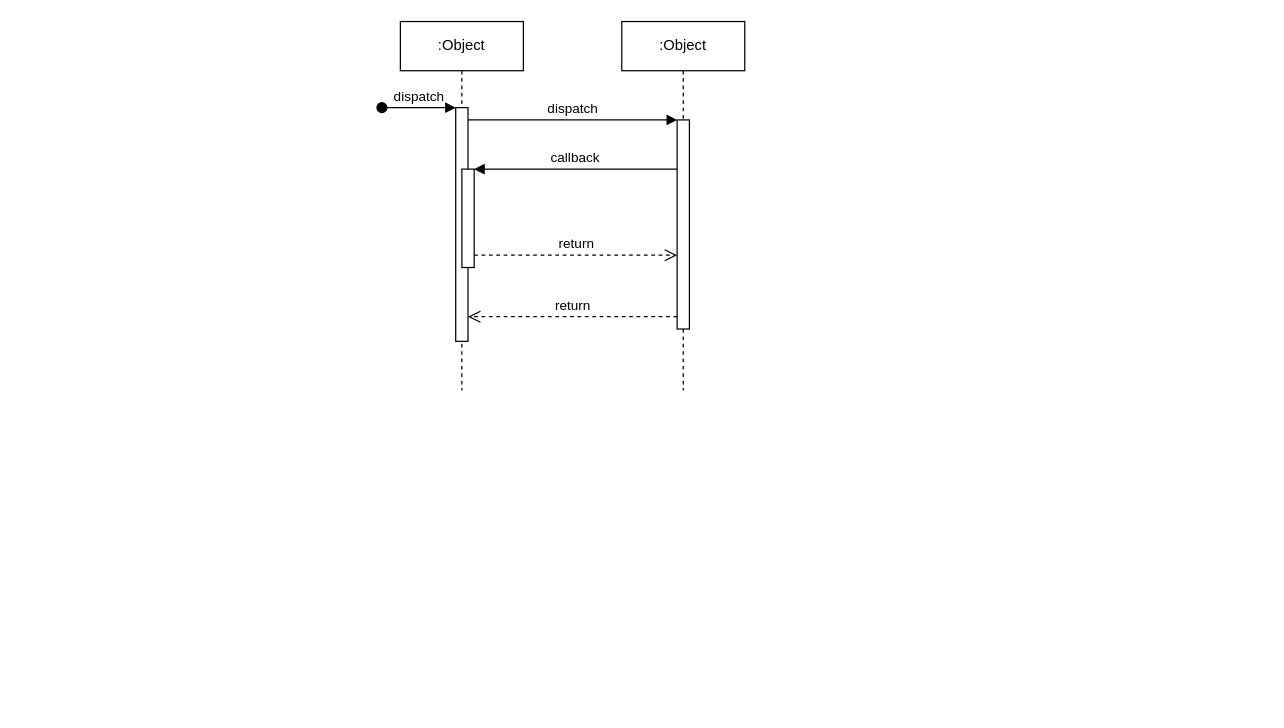
fefefefta/mt keeps this draw.io diagram as Untitled Diagram.drawio. Above is the earlier version. Source tidied: cells renumbered, new cells numbered last; positions are measured from the earlier drawing's top-left corner, leaving out a move shared by most shapes. Both pictures are drawn from the tidied source at 123%, with x=0, y=0 at pixel (381, 21).
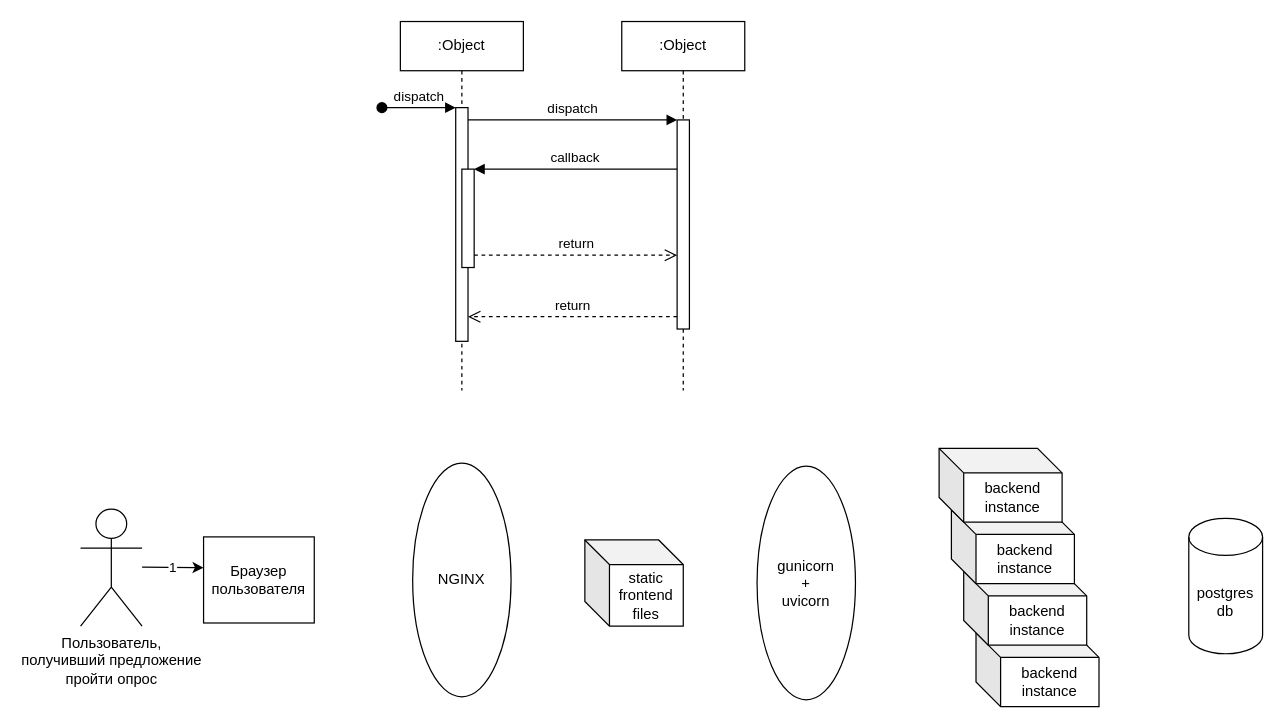
The same page after the edit.

Diff of the diagram source:
```diff
@@
+    <mxCell id="12" value="NGINX" style="ellipse;whiteSpace=wrap;html=1;" parent="1" vertex="1">
+      <mxGeometry x="25" y="359" width="80" height="190" as="geometry" />
+    </mxCell>
+    <mxCell id="13" value="static frontend files" style="shape=cube;whiteSpace=wrap;html=1;boundedLbl=1;backgroundOutline=1;darkOpacity=0.05;darkOpacity2=0.1;" parent="1" vertex="1">
+      <mxGeometry x="165" y="421.5" width="80" height="70" as="geometry" />
+    </mxCell>
+    <mxCell id="14" value="gunicorn&lt;br&gt;+&lt;br&gt;uvicorn" style="ellipse;whiteSpace=wrap;html=1;" parent="1" vertex="1">
+      <mxGeometry x="305" y="361.5" width="80" height="190" as="geometry" />
+    </mxCell>
+    <mxCell id="15" value="backend&lt;br&gt;instance" style="shape=cube;whiteSpace=wrap;html=1;boundedLbl=1;backgroundOutline=1;darkOpacity=0.05;darkOpacity2=0.1;" parent="1" vertex="1">
+      <mxGeometry x="483" y="497" width="100" height="60" as="geometry" />
+    </mxCell>
+    <mxCell id="16" value="backend&lt;br&gt;instance" style="shape=cube;whiteSpace=wrap;html=1;boundedLbl=1;backgroundOutline=1;darkOpacity=0.05;darkOpacity2=0.1;" parent="1" vertex="1">
+      <mxGeometry x="473" y="447" width="100" height="60" as="geometry" />
+    </mxCell>
+    <mxCell id="17" value="backend&lt;br&gt;instance" style="shape=cube;whiteSpace=wrap;html=1;boundedLbl=1;backgroundOutline=1;darkOpacity=0.05;darkOpacity2=0.1;" parent="1" vertex="1">
+      <mxGeometry x="463" y="397" width="100" height="60" as="geometry" />
+    </mxCell>
+    <mxCell id="18" value="backend&lt;br&gt;instance" style="shape=cube;whiteSpace=wrap;html=1;boundedLbl=1;backgroundOutline=1;darkOpacity=0.05;darkOpacity2=0.1;" parent="1" vertex="1">
+      <mxGeometry x="453" y="347" width="100" height="60" as="geometry" />
+    </mxCell>
+    <mxCell id="19" value="postgres&lt;br&gt;db" style="shape=cylinder3;whiteSpace=wrap;html=1;boundedLbl=1;backgroundOutline=1;size=15;" parent="1" vertex="1">
+      <mxGeometry x="656" y="404" width="60" height="110" as="geometry" />
+    </mxCell>
+    <mxCell id="20" value="&lt;div&gt;Пользователь, &lt;br&gt;&lt;/div&gt;&lt;div&gt;получивший предложение &lt;br&gt;&lt;/div&gt;&lt;div&gt;пройти опрос&lt;/div&gt;" style="shape=umlActor;verticalLabelPosition=bottom;verticalAlign=top;html=1;" parent="1" vertex="1">
+      <mxGeometry x="-245" y="396.5" width="50" height="95" as="geometry" />
+    </mxCell>
+    <mxCell id="21" value="Браузер&lt;br&gt;пользователя" style="rounded=0;whiteSpace=wrap;html=1;" parent="1" vertex="1">
+      <mxGeometry x="-145" y="419" width="90" height="70" as="geometry" />
+    </mxCell>
+    <mxCell id="22" value="1" style="edgeStyle=none;orthogonalLoop=1;jettySize=auto;html=1;rounded=0;" parent="1" edge="1">
+      <mxGeometry relative="1" as="geometry">
+        <mxPoint x="-195" y="443.5" as="sourcePoint" />
+        <mxPoint x="-145" y="444" as="targetPoint" />
+      </mxGeometry>
+    </mxCell>
```
